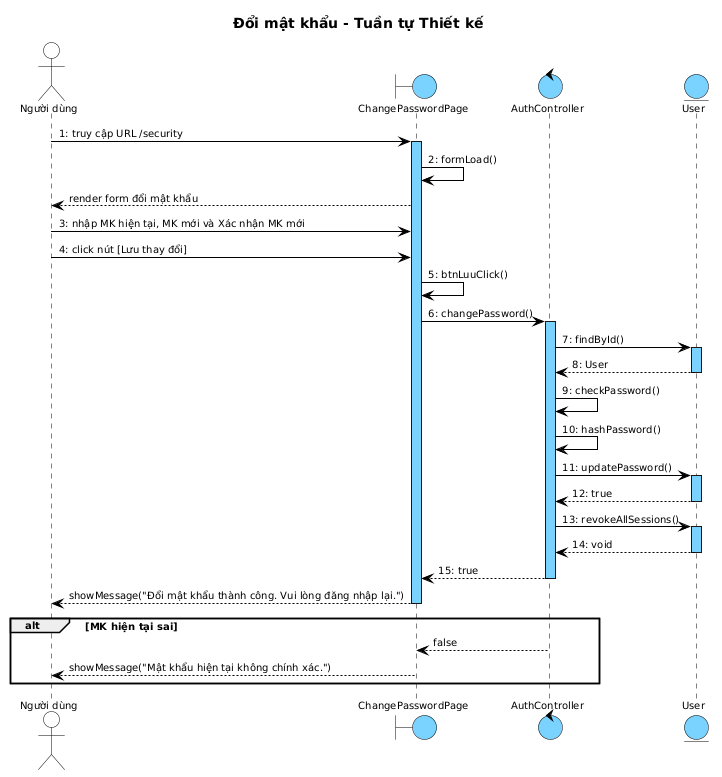
The PlantUML diagram output/diagrams/account_seq_changepw_design.png in thanhtrnnn/cnpm, before a commit.
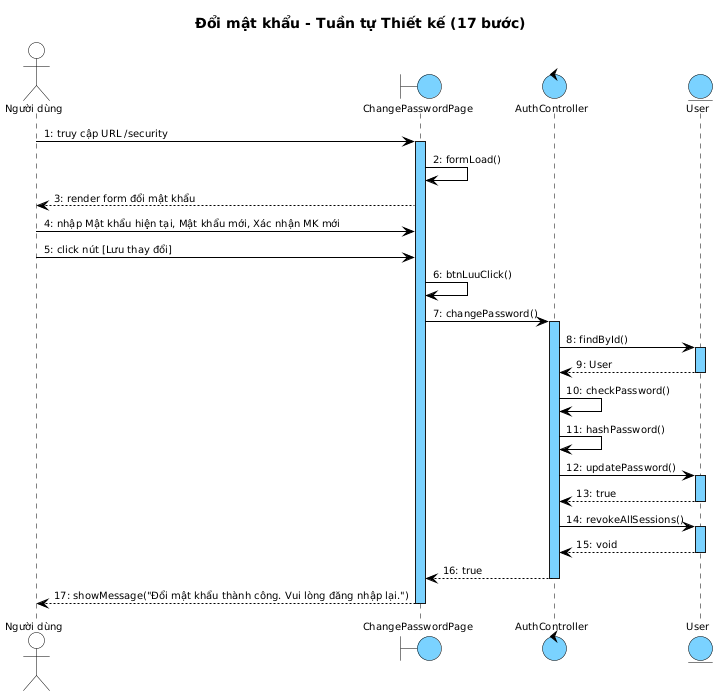
Above is the later version.

The edit, as a diff of the source:
```diff
@@ -1,23 +1,54 @@
 @startuml
 skinparam shadowing false
 skinparam SequenceMessageAlign left
+
 skinparam SequenceLifeLineBackgroundColor #7AD2FF
 skinparam SequenceLifeLineBorderColor #000000
 
 <style>
 sequenceDiagram {
-  Shadowing 0; RoundCorner 0; FontName "Arial"; FontSize 10; FontColor #000000
-  participant { BackgroundColor #7AD2FF; LineColor #000000; LineThickness 1 }
-  actor { BackgroundColor transparent; LineColor #000000 }
-  boundary { BackgroundColor #7AD2FF; LineColor #000000 }
-  control { BackgroundColor #7AD2FF; LineColor #000000 }
-  entity { BackgroundColor #7AD2FF; LineColor #000000 }
-  lifeline { LineColor #000000; LineStyle 5-5 }
-  arrow { LineColor #000000; LineThickness 1; FontSize 10 }
+  Shadowing 0
+  RoundCorner 0
+  FontName "Arial"
+  FontSize 10
+  FontColor #000000
+
+  participant {
+    BackgroundColor #7AD2FF
+    LineColor #000000
+    LineThickness 1
+  }
+
+  actor {
+    BackgroundColor transparent
+    LineColor #000000
+  }
+  boundary {
+    BackgroundColor #7AD2FF
+    LineColor #000000
+  }
+  control {
+    BackgroundColor #7AD2FF
+    LineColor #000000
+  }
+  entity {
+    BackgroundColor #7AD2FF
+    LineColor #000000
+  }
+
+  lifeline {
+    LineColor #000000
+    LineStyle 5-5
+  }
+
+  arrow {
+    LineColor #000000
+    LineThickness 1
+    FontSize 10
+  }
 }
 </style>
-
-title Đổi mật khẩu - Tuần tự Thiết kế
+title Đổi mật khẩu - Tuần tự Thiết kế (17 bước)
 
 actor "Người dùng" as User
 boundary ChangePasswordPage as B1
@@ -27,33 +58,28 @@
 User -> B1 : 1: truy cập URL /security
 activate B1
 B1 -> B1 : 2: formLoad()
-B1 --> User : render form đổi mật khẩu
-User -> B1 : 3: nhập MK hiện tại, MK mới và Xác nhận MK mới
-User -> B1 : 4: click nút [Lưu thay đổi]
-B1 -> B1 : 5: btnLuuClick()
-B1 -> C1 : 6: changePassword()
+B1 --> User : 3: render form đổi mật khẩu
+User -> B1 : 4: nhập Mật khẩu hiện tại, Mật khẩu mới, Xác nhận MK mới
+User -> B1 : 5: click nút [Lưu thay đổi]
+B1 -> B1 : 6: btnLuuClick()
+B1 -> C1 : 7: changePassword()
 activate C1
-C1 -> E1 : 7: findById()
+C1 -> E1 : 8: findById()
 activate E1
-E1 --> C1 : 8: User
+E1 --> C1 : 9: User
 deactivate E1
-C1 -> C1 : 9: checkPassword()
-C1 -> C1 : 10: hashPassword()
-C1 -> E1 : 11: updatePassword()
+C1 -> C1 : 10: checkPassword()
+C1 -> C1 : 11: hashPassword()
+C1 -> E1 : 12: updatePassword()
 activate E1
-E1 --> C1 : 12: true
+E1 --> C1 : 13: true
 deactivate E1
-C1 -> E1 : 13: revokeAllSessions()
+C1 -> E1 : 14: revokeAllSessions()
 activate E1
-E1 --> C1 : 14: void
+E1 --> C1 : 15: void
 deactivate E1
-C1 --> B1 : 15: true
+C1 --> B1 : 16: true
 deactivate C1
-B1 --> User : showMessage("Đổi mật khẩu thành công. Vui lòng đăng nhập lại.")
+B1 --> User : 17: showMessage("Đổi mật khẩu thành công. Vui lòng đăng nhập lại.")
 deactivate B1
-
-alt MK hiện tại sai
-  C1 --> B1 : false
-  B1 --> User : showMessage("Mật khẩu hiện tại không chính xác.")
-end
 @enduml
```
